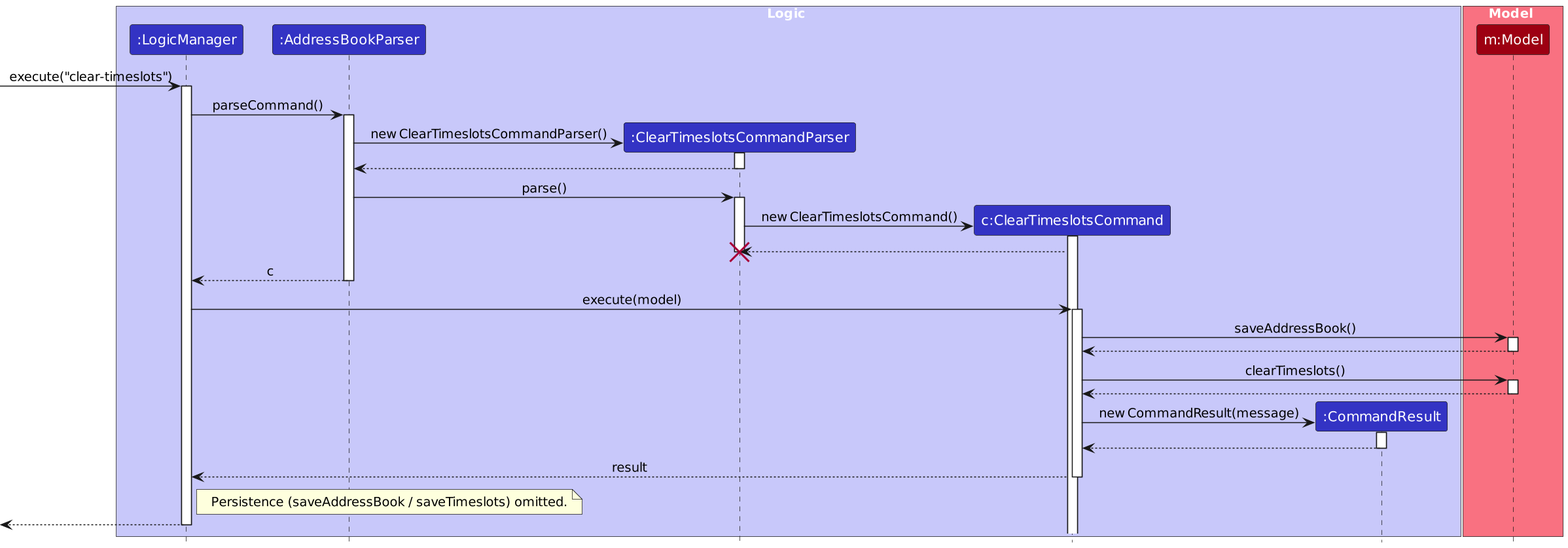
Before: diagrams/Timeslots/ClearTimeslotsSequenceDiagram.png, a diagram exported from PlantUML (AY2526S1-CS2103T-T09-3/tp). Its source is kept beside it as diagrams/Timeslots/ClearTimeslotsSequenceDiagram.puml.
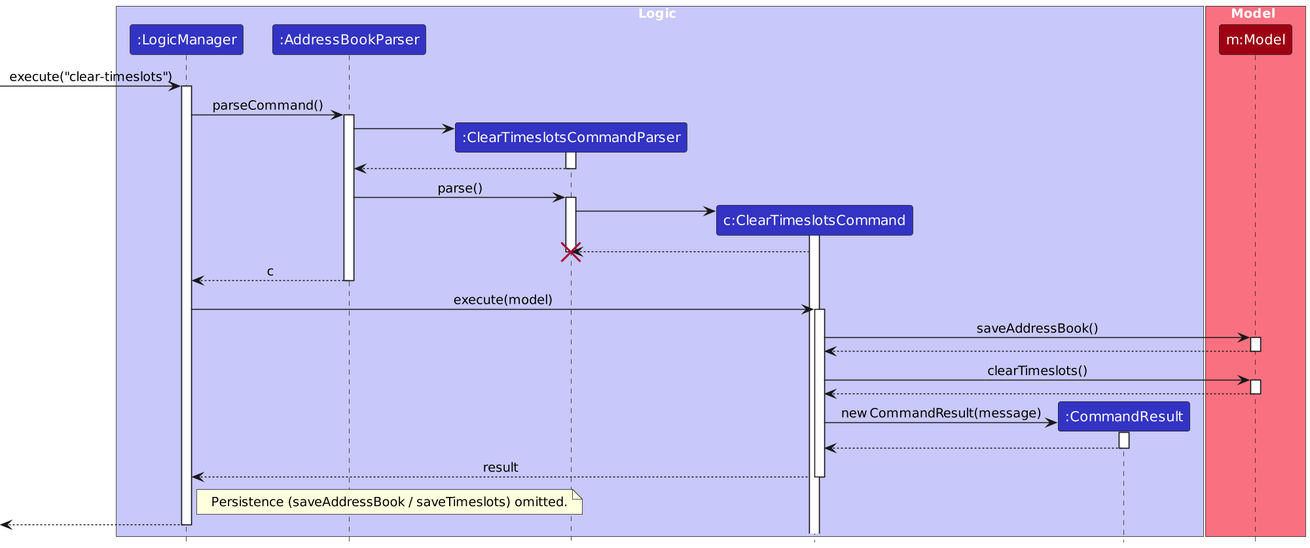
After the commit.

Change to the diagram source:
```diff
@@ -21,7 +21,7 @@
 activate AddressBookParser
 
 create ClearTimeslotsCommandParser
-AddressBookParser -> ClearTimeslotsCommandParser : new ClearTimeslotsCommandParser()
+AddressBookParser -> ClearTimeslotsCommandParser
 activate ClearTimeslotsCommandParser
 AddressBookParser <-- ClearTimeslotsCommandParser
 deactivate ClearTimeslotsCommandParser
@@ -30,7 +30,7 @@
 activate ClearTimeslotsCommandParser
 
 create ClearTimeslotsCommand
-ClearTimeslotsCommandParser -> ClearTimeslotsCommand : new ClearTimeslotsCommand()
+ClearTimeslotsCommandParser -> ClearTimeslotsCommand
 activate ClearTimeslotsCommand
 
 ClearTimeslotsCommand --> ClearTimeslotsCommandParser
```
